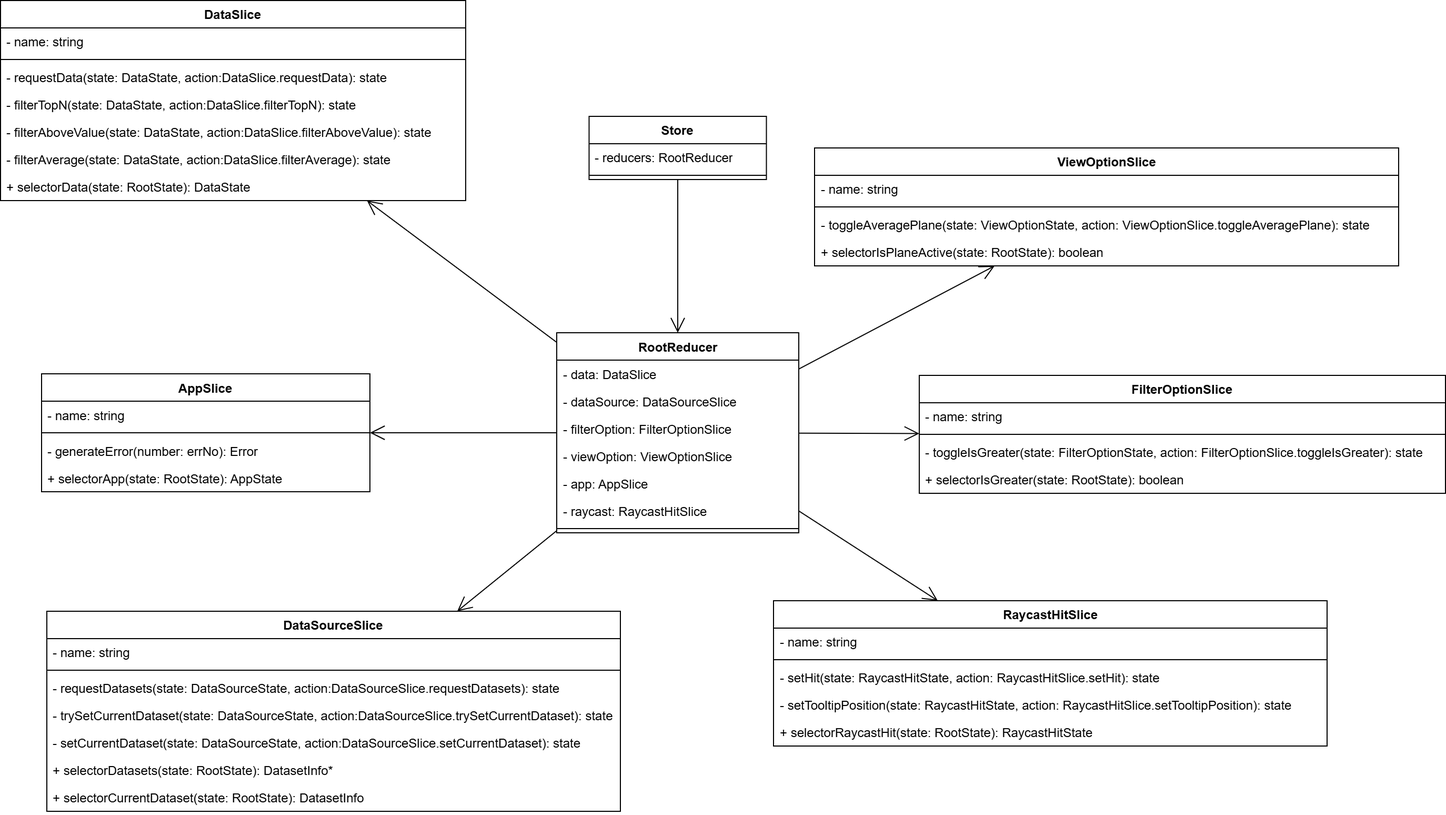
Above: Docs/PB/Generali Esterni/specifica_tecnica/template/images/uml_front/logic/store.png in 6BitBusters/6BitBusters.github.io (draw.io), before the change. Source tidied: cells renumbered, new cells last; positions are measured from the earlier drawing's top-left corner, leaving out a move shared by most shapes.
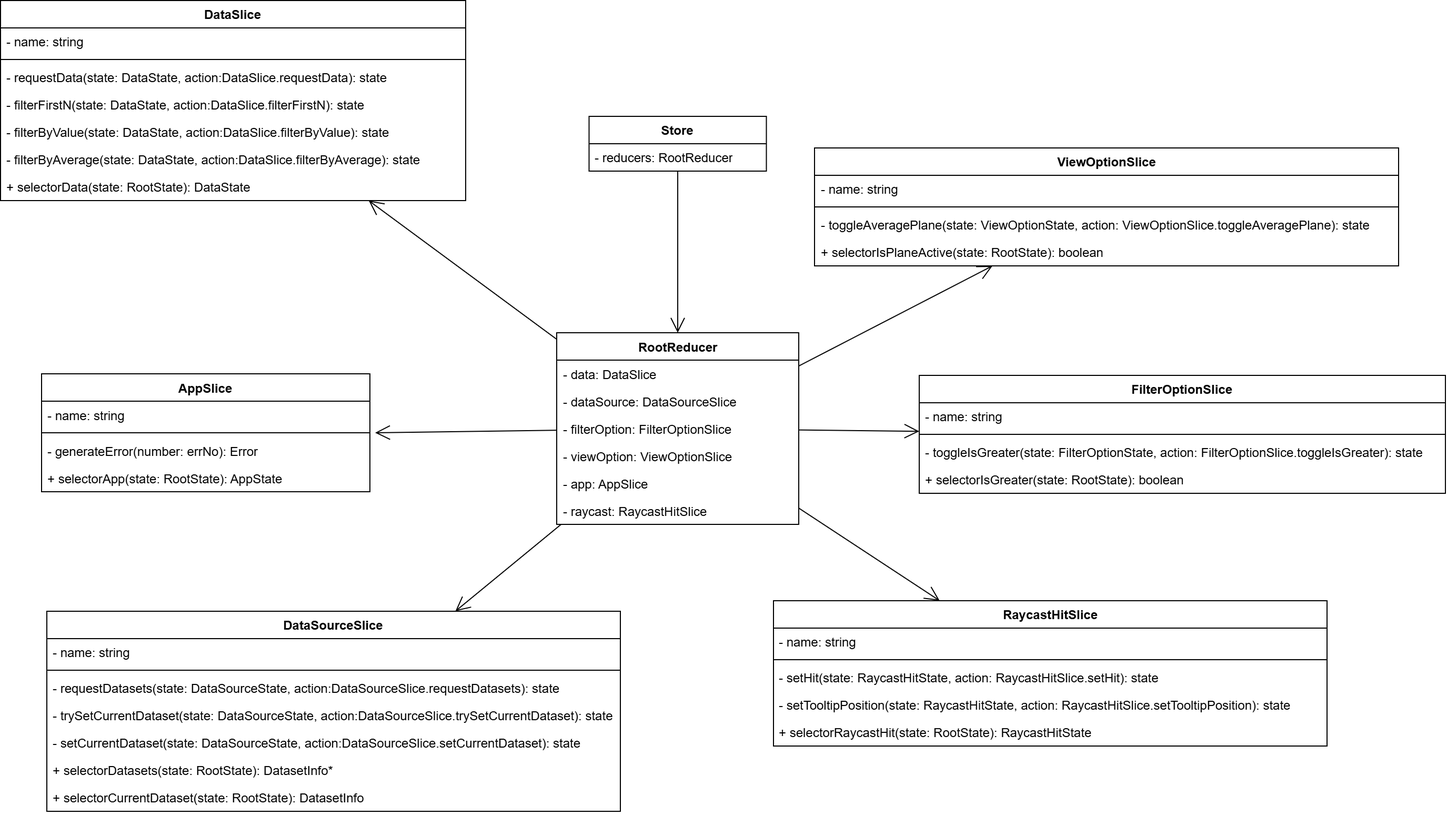
The same file after the commit.

The edit, as a diff of the source:
```diff
@@ -3,16 +3,13 @@
     <mxCell id="0" />
     <mxCell id="1" parent="0" />
     <mxCell id="2" value="&lt;div&gt;Store&lt;/div&gt;" style="swimlane;fontStyle=1;align=center;verticalAlign=top;horizontal=1;startSize=26;whiteSpace=wrap;html=1;" parent="1" vertex="1">
-      <mxGeometry x="559.2" y="110" width="168.5" height="60" as="geometry" />
+      <mxGeometry x="559.2" y="110" width="168.5" height="52" as="geometry" />
     </mxCell>
     <mxCell id="3" value="&lt;div&gt;- reducers: RootReducer&lt;/div&gt;" style="text;strokeColor=none;fillColor=none;align=left;verticalAlign=top;spacingLeft=4;spacingRight=4;overflow=hidden;whiteSpace=wrap;html=1;" parent="2" vertex="1">
       <mxGeometry y="26" width="168.5" height="26" as="geometry" />
     </mxCell>
-    <mxCell id="4" style="line;strokeWidth=1;fillColor=none;align=left;verticalAlign=middle;spacingTop=-1;spacingLeft=3;spacingRight=3;labelPosition=right;strokeColor=inherit;" parent="2" vertex="1">
-      <mxGeometry y="52" width="168.5" height="8" as="geometry" />
-    </mxCell>
     <mxCell id="5" value="&lt;div&gt;RootReducer&lt;/div&gt;&lt;div&gt;&lt;br&gt;&lt;/div&gt;" style="swimlane;fontStyle=1;align=center;verticalAlign=top;horizontal=1;startSize=26;whiteSpace=wrap;html=1;" parent="1" vertex="1">
-      <mxGeometry x="528.5" y="315.5" width="230" height="190" as="geometry" />
+      <mxGeometry x="528.5" y="315.5" width="230" height="182" as="geometry" />
     </mxCell>
     <mxCell id="6" value="- data: DataSlice" style="text;strokeColor=none;fillColor=none;align=left;verticalAlign=top;spacingLeft=4;spacingRight=4;overflow=hidden;whiteSpace=wrap;html=1;" parent="5" vertex="1">
       <mxGeometry y="26" width="230" height="26" as="geometry" />
@@ -32,18 +29,17 @@
     <mxCell id="11" value="- raycast: RaycastHitSlice" style="text;strokeColor=none;fillColor=none;align=left;verticalAlign=top;spacingLeft=4;spacingRight=4;overflow=hidden;whiteSpace=wrap;html=1;" parent="5" vertex="1">
       <mxGeometry y="156" width="230" height="26" as="geometry" />
     </mxCell>
-    <mxCell id="12" style="line;strokeWidth=1;fillColor=none;align=left;verticalAlign=middle;spacingTop=-1;spacingLeft=3;spacingRight=3;labelPosition=right;strokeColor=inherit;" parent="5" vertex="1">
-      <mxGeometry y="182" width="230" height="8" as="geometry" />
-    </mxCell>
     <mxCell id="13" style="endArrow=open;endFill=1;endSize=12;html=1;rounded=0;" parent="1" edge="1" source="2" target="5">
       <mxGeometry relative="1" as="geometry" />
     </mxCell>
     <mxCell id="14" style="endArrow=open;endFill=1;endSize=12;html=1;rounded=0;" parent="1" edge="1" source="5" target="30">
       <mxGeometry relative="1" as="geometry" />
     </mxCell>
-    <mxCell id="15" style="endArrow=open;endFill=1;endSize=12;html=1;rounded=0;" parent="1" edge="1" source="5" target="52">
-      <mxGeometry relative="1" as="geometry" />
-    </mxCell>
+    <mxCell id="57" style="endArrow=open;endFill=1;endSize=12;html=1;rounded=0;" parent="1" edge="1" source="5">
+      <mxGeometry relative="1" as="geometry">
+        <mxPoint x="356" y="410.5" as="targetPoint" />
+      </mxGeometry>
+    </mxCell>
     <mxCell id="16" style="endArrow=open;endFill=1;endSize=12;html=1;rounded=0;" parent="1" edge="1" source="5" target="38">
       <mxGeometry relative="1" as="geometry" />
     </mxCell>
@@ -98,15 +94,15 @@
     <mxCell id="33" value="- requestData(state:&amp;nbsp;DataState, action:DataSlice.requestData): state" style="text;strokeColor=none;fillColor=none;align=left;verticalAlign=top;spacingLeft=4;spacingRight=4;overflow=hidden;whiteSpace=wrap;html=1;" parent="30" vertex="1">
       <mxGeometry y="60" width="442" height="26" as="geometry" />
     </mxCell>
-    <mxCell id="34" value="- filterTopN(state:&amp;nbsp;DataState, action:DataSlice.filterTopN): state" style="text;strokeColor=none;fillColor=none;align=left;verticalAlign=top;spacingLeft=4;spacingRight=4;overflow=hidden;whiteSpace=wrap;html=1;" parent="30" vertex="1">
-      <mxGeometry y="86" width="442" height="26" as="geometry" />
-    </mxCell>
-    <mxCell id="35" value="- filterAboveValue(state:&amp;nbsp;DataState, action:DataSlice.filterAboveValue): state" style="text;strokeColor=none;fillColor=none;align=left;verticalAlign=top;spacingLeft=4;spacingRight=4;overflow=hidden;whiteSpace=wrap;html=1;" parent="30" vertex="1">
-      <mxGeometry y="112" width="442" height="26" as="geometry" />
-    </mxCell>
-    <mxCell id="36" value="- filterAverage(state:&amp;nbsp;DataState, action:DataSlice.filterAverage): state" style="text;strokeColor=none;fillColor=none;align=left;verticalAlign=top;spacingLeft=4;spacingRight=4;overflow=hidden;whiteSpace=wrap;html=1;" parent="30" vertex="1">
-      <mxGeometry y="138" width="442" height="26" as="geometry" />
-    </mxCell>
+    <mxCell id="58" value="- filterFirstN(state:&amp;nbsp;DataState, action:DataSlice.filterFirstN): state" style="text;strokeColor=none;fillColor=none;align=left;verticalAlign=top;spacingLeft=4;spacingRight=4;overflow=hidden;whiteSpace=wrap;html=1;" parent="30" vertex="1">
+      <mxGeometry y="86" width="442" height="26" as="geometry" />
+    </mxCell>
+    <mxCell id="59" value="- filterByValue(state:&amp;nbsp;DataState, action:DataSlice.filterByValue): state" style="text;strokeColor=none;fillColor=none;align=left;verticalAlign=top;spacingLeft=4;spacingRight=4;overflow=hidden;whiteSpace=wrap;html=1;" parent="30" vertex="1">
+      <mxGeometry y="112" width="442" height="26" as="geometry" />
+    </mxCell>
+    <mxCell id="60" value="- filterByAverage(state:&amp;nbsp;DataState, action:DataSlice.filterByAverage): state" style="text;strokeColor=none;fillColor=none;align=left;verticalAlign=top;spacingLeft=4;spacingRight=4;overflow=hidden;whiteSpace=wrap;html=1;" parent="30" vertex="1">
+      <mxGeometry y="138" width="442" height="26" as="geometry" />
+    </mxCell>
     <mxCell id="37" value="+ selectorData(state: RootState): DataState" style="text;strokeColor=none;fillColor=none;align=left;verticalAlign=top;spacingLeft=4;spacingRight=4;overflow=hidden;whiteSpace=wrap;html=1;" parent="30" vertex="1">
       <mxGeometry y="164" width="442" height="26" as="geometry" />
     </mxCell>
```
